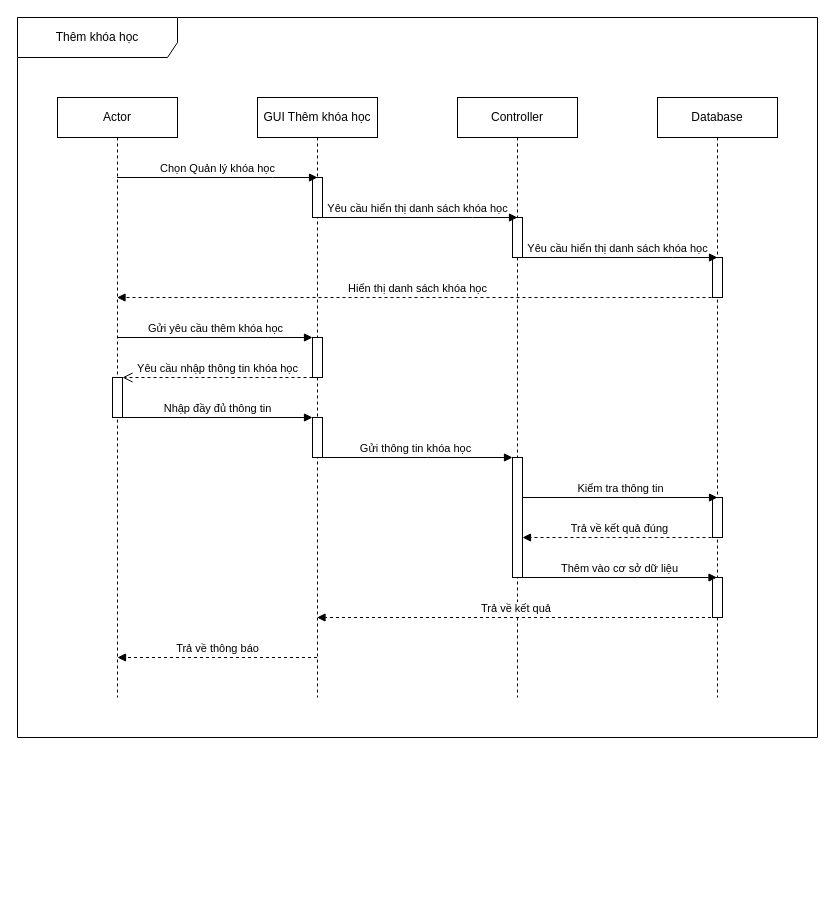
Before: page "Trang-3" (3 of 6) of Biểu đồ không có tiêu đề.drawio in dctuyen/myFinalYearProject, a draw.io diagram. Source tidied: cells renumbered, new cells numbered last; positions are measured from the earlier drawing's top-left corner, leaving out a move shared by most shapes. Both pictures are drawn from the tidied source at 100%, with x=0, y=0 at pixel (17, 17).
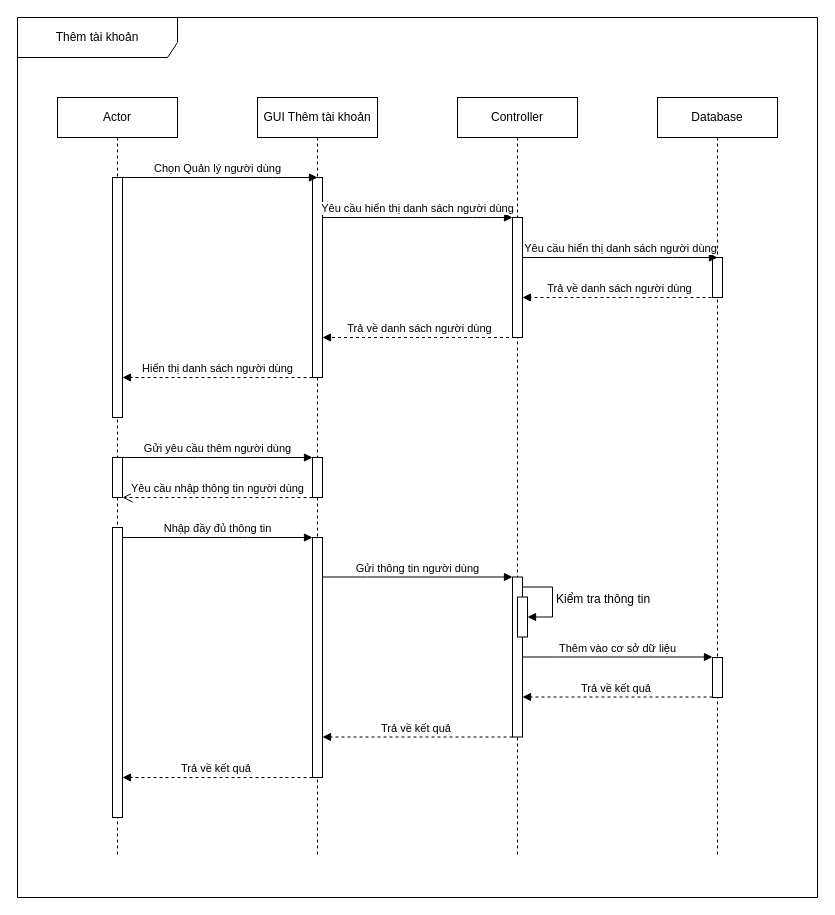
After the change.

What changed in the source:
```diff
@@
     <mxCell id="2" value="Actor" style="shape=umlLifeline;perimeter=lifelinePerimeter;whiteSpace=wrap;html=1;outlineConnect=0;portConstraint=eastwest;newEdgeStyle={&quot;edgeStyle&quot;:&quot;elbowEdgeStyle&quot;,&quot;elbow&quot;:&quot;vertical&quot;,&quot;curved&quot;:0,&quot;rounded&quot;:0};" parent="1" vertex="1">
-      <mxGeometry x="40" y="80" width="120" height="600" as="geometry" />
+      <mxGeometry x="40" y="80" width="120" height="760" as="geometry" />
     </mxCell>
-    <mxCell id="3" value="Thêm khóa học" style="shape=umlFrame;whiteSpace=wrap;html=1;width=160;height=40;" parent="1" vertex="1">
-      <mxGeometry width="800" height="720" as="geometry" />
+    <mxCell id="3" value="Thêm tài khoản" style="shape=umlFrame;whiteSpace=wrap;html=1;width=160;height=40;" parent="1" vertex="1">
+      <mxGeometry width="800" height="880" as="geometry" />
     </mxCell>
-    <mxCell id="4" value="GUI Thêm khóa học" style="shape=umlLifeline;perimeter=lifelinePerimeter;whiteSpace=wrap;html=1;outlineConnect=0;portConstraint=eastwest;newEdgeStyle={&quot;edgeStyle&quot;:&quot;elbowEdgeStyle&quot;,&quot;elbow&quot;:&quot;vertical&quot;,&quot;curved&quot;:0,&quot;rounded&quot;:0};" parent="1" vertex="1">
-      <mxGeometry x="240" y="80" width="120" height="600" as="geometry" />
+    <mxCell id="4" value="GUI Thêm tài khoản" style="shape=umlLifeline;perimeter=lifelinePerimeter;whiteSpace=wrap;html=1;outlineConnect=0;portConstraint=eastwest;newEdgeStyle={&quot;edgeStyle&quot;:&quot;elbowEdgeStyle&quot;,&quot;elbow&quot;:&quot;vertical&quot;,&quot;curved&quot;:0,&quot;rounded&quot;:0};" parent="1" vertex="1">
+      <mxGeometry x="240" y="80" width="120" height="760" as="geometry" />
     </mxCell>
     <mxCell id="5" style="html=1;points=[];perimeter=orthogonalPerimeter;outlineConnect=0;targetShapes=umlLifeline;portConstraint=eastwest;newEdgeStyle={&quot;edgeStyle&quot;:&quot;elbowEdgeStyle&quot;,&quot;elbow&quot;:&quot;vertical&quot;,&quot;curved&quot;:0,&quot;rounded&quot;:0};" parent="4" vertex="1">
-      <mxGeometry x="55" y="240" width="10" height="40" as="geometry" />
+      <mxGeometry x="55" y="360" width="10" height="40" as="geometry" />
     </mxCell>
     <mxCell id="6" style="html=1;points=[];perimeter=orthogonalPerimeter;outlineConnect=0;targetShapes=umlLifeline;portConstraint=eastwest;newEdgeStyle={&quot;edgeStyle&quot;:&quot;elbowEdgeStyle&quot;,&quot;elbow&quot;:&quot;vertical&quot;,&quot;curved&quot;:0,&quot;rounded&quot;:0};" parent="4" vertex="1">
-      <mxGeometry x="55" y="320" width="10" height="40" as="geometry" />
+      <mxGeometry x="55" y="440" width="10" height="240" as="geometry" />
     </mxCell>
     <mxCell id="7" style="html=1;points=[];perimeter=orthogonalPerimeter;outlineConnect=0;targetShapes=umlLifeline;portConstraint=eastwest;newEdgeStyle={&quot;edgeStyle&quot;:&quot;elbowEdgeStyle&quot;,&quot;elbow&quot;:&quot;vertical&quot;,&quot;curved&quot;:0,&quot;rounded&quot;:0};" parent="4" vertex="1">
-      <mxGeometry x="55" y="80" width="10" height="40" as="geometry" />
+      <mxGeometry x="55" y="80" width="10" height="200" as="geometry" />
     </mxCell>
     <mxCell id="8" value="Controller" style="shape=umlLifeline;perimeter=lifelinePerimeter;whiteSpace=wrap;html=1;newEdgeStyle={&quot;edgeStyle&quot;:&quot;elbowEdgeStyle&quot;,&quot;elbow&quot;:&quot;vertical&quot;,&quot;curved&quot;:0,&quot;rounded&quot;:0};" parent="1" vertex="1">
-      <mxGeometry x="440" y="80" width="120" height="600" as="geometry" />
+      <mxGeometry x="440" y="80" width="120" height="760" as="geometry" />
     </mxCell>
-    <mxCell id="9" style="html=1;points=[];perimeter=orthogonalPerimeter;outlineConnect=0;targetShapes=umlLifeline;portConstraint=eastwest;newEdgeStyle={&quot;edgeStyle&quot;:&quot;elbowEdgeStyle&quot;,&quot;elbow&quot;:&quot;vertical&quot;,&quot;curved&quot;:0,&quot;rounded&quot;:0};" parent="8" vertex="1">
-      <mxGeometry x="55" y="360" width="10" height="120" as="geometry" />
-    </mxCell>
     <mxCell id="10" style="html=1;points=[];perimeter=orthogonalPerimeter;outlineConnect=0;targetShapes=umlLifeline;portConstraint=eastwest;newEdgeStyle={&quot;edgeStyle&quot;:&quot;elbowEdgeStyle&quot;,&quot;elbow&quot;:&quot;vertical&quot;,&quot;curved&quot;:0,&quot;rounded&quot;:0};" parent="8" vertex="1">
-      <mxGeometry x="55" y="120" width="10" height="40" as="geometry" />
+      <mxGeometry x="55" y="120" width="10" height="120" as="geometry" />
     </mxCell>
+    <mxCell id="29" style="html=1;points=[];perimeter=orthogonalPerimeter;outlineConnect=0;targetShapes=umlLifeline;portConstraint=eastwest;newEdgeStyle={&quot;edgeStyle&quot;:&quot;elbowEdgeStyle&quot;,&quot;elbow&quot;:&quot;vertical&quot;,&quot;curved&quot;:0,&quot;rounded&quot;:0};" parent="8" vertex="1">
+      <mxGeometry x="55" y="479.5" width="10" height="160" as="geometry" />
+    </mxCell>
+    <mxCell id="30" style="html=1;points=[];perimeter=orthogonalPerimeter;outlineConnect=0;targetShapes=umlLifeline;portConstraint=eastwest;newEdgeStyle={&quot;edgeStyle&quot;:&quot;elbowEdgeStyle&quot;,&quot;elbow&quot;:&quot;vertical&quot;,&quot;curved&quot;:0,&quot;rounded&quot;:0};fontSize=12;" parent="8" vertex="1">
+      <mxGeometry x="60" y="499.5" width="10" height="40" as="geometry" />
+    </mxCell>
+    <mxCell id="14" value="&lt;font style=&quot;font-size: 12px;&quot;&gt;Kiểm tra thông tin&lt;/font&gt;" style="html=1;align=left;spacingLeft=2;endArrow=block;rounded=0;edgeStyle=orthogonalEdgeStyle;curved=0;rounded=0;fontSize=12;" parent="8" edge="1" source="29" target="30">
+      <mxGeometry x="-0.01" relative="1" as="geometry">
+        <Array as="points">
+          <mxPoint x="95" y="489.5" />
+          <mxPoint x="95" y="519.5" />
+        </Array>
+      </mxGeometry>
+    </mxCell>
     <mxCell id="11" value="Database" style="shape=umlLifeline;perimeter=lifelinePerimeter;whiteSpace=wrap;html=1;outlineConnect=0;portConstraint=eastwest;newEdgeStyle={&quot;edgeStyle&quot;:&quot;elbowEdgeStyle&quot;,&quot;elbow&quot;:&quot;vertical&quot;,&quot;curved&quot;:0,&quot;rounded&quot;:0};" parent="1" vertex="1">
-      <mxGeometry x="640" y="80" width="120" height="600" as="geometry" />
+      <mxGeometry x="640" y="80" width="120" height="760" as="geometry" />
     </mxCell>
-    <mxCell id="12" style="html=1;perimeter=orthogonalPerimeter;targetShapes=umlLifeline;newEdgeStyle={&quot;edgeStyle&quot;:&quot;elbowEdgeStyle&quot;,&quot;elbow&quot;:&quot;vertical&quot;,&quot;curved&quot;:0,&quot;rounded&quot;:0};" parent="11" vertex="1">
-      <mxGeometry x="55" y="400" width="10" height="40" as="geometry" />
-    </mxCell>
     <mxCell id="13" style="html=1;perimeter=orthogonalPerimeter;targetShapes=umlLifeline;newEdgeStyle={&quot;edgeStyle&quot;:&quot;elbowEdgeStyle&quot;,&quot;elbow&quot;:&quot;vertical&quot;,&quot;curved&quot;:0,&quot;rounded&quot;:0};" parent="11" vertex="1">
-      <mxGeometry x="55" y="480" width="10" height="40" as="geometry" />
+      <mxGeometry x="55" y="560" width="10" height="40" as="geometry" />
     </mxCell>
-    <mxCell id="14" value="Kiểm tra thông tin" style="html=1;verticalAlign=bottom;endArrow=block;edgeStyle=elbowEdgeStyle;elbow=vertical;curved=0;rounded=0;" parent="11" edge="1">
-      <mxGeometry relative="1" as="geometry">
-        <mxPoint x="-135" y="400" as="sourcePoint" />
-        <mxPoint x="60" y="400" as="targetPoint" />
-        <Array as="points">
-          <mxPoint x="-20" y="400" />
-          <mxPoint x="-70" y="400" />
-          <mxPoint x="-100" y="360" />
-          <mxPoint x="-30" y="440" />
-          <mxPoint x="10" y="480" />
-        </Array>
-      </mxGeometry>
-    </mxCell>
@@
-    <mxCell id="16" value="Gửi yêu cầu thêm khóa học" style="html=1;verticalAlign=bottom;endArrow=block;edgeStyle=elbowEdgeStyle;elbow=vertical;curved=0;rounded=0;" parent="1" edge="1" source="2" target="5">
+    <mxCell id="16" value="Gửi yêu cầu thêm&amp;nbsp;người dùng" style="html=1;verticalAlign=bottom;endArrow=block;edgeStyle=elbowEdgeStyle;elbow=vertical;curved=0;rounded=0;" parent="1" edge="1" source="36" target="5">
       <mxGeometry relative="1" as="geometry">
         <Array as="points">
-          <mxPoint x="250" y="320" />
+          <mxPoint x="180" y="440" />
+          <mxPoint x="241" y="400" />
         </Array>
       </mxGeometry>
     </mxCell>
-    <mxCell id="17" value="Yêu cầu nhập thông tin khóa học" style="html=1;verticalAlign=bottom;endArrow=open;dashed=1;endSize=8;edgeStyle=elbowEdgeStyle;elbow=vertical;curved=0;rounded=0;" parent="1" edge="1" source="5" target="18">
+    <mxCell id="17" value="Yêu cầu nhập thông tin&amp;nbsp;người dùng" style="html=1;verticalAlign=bottom;endArrow=open;dashed=1;endSize=8;edgeStyle=elbowEdgeStyle;elbow=vertical;curved=0;rounded=0;" parent="1" edge="1" source="5" target="36">
       <mxGeometry relative="1" as="geometry">
         <Array as="points">
-          <mxPoint x="190" y="360" />
-          <mxPoint x="260" y="400" />
+          <mxPoint x="200" y="480" />
+          <mxPoint x="255" y="440" />
         </Array>
       </mxGeometry>
     </mxCell>
     <mxCell id="18" style="html=1;points=[];perimeter=orthogonalPerimeter;outlineConnect=0;targetShapes=umlLifeline;portConstraint=eastwest;newEdgeStyle={&quot;edgeStyle&quot;:&quot;elbowEdgeStyle&quot;,&quot;elbow&quot;:&quot;vertical&quot;,&quot;curved&quot;:0,&quot;rounded&quot;:0};" parent="1" vertex="1">
-      <mxGeometry x="95" y="360" width="10" height="40" as="geometry" />
+      <mxGeometry x="95" y="510" width="10" height="290" as="geometry" />
     </mxCell>
     <mxCell id="19" value="Nhập đầy đủ thông tin" style="html=1;verticalAlign=bottom;endArrow=block;edgeStyle=elbowEdgeStyle;elbow=vertical;curved=0;rounded=0;" parent="1" edge="1" source="18" target="6">
       <mxGeometry relative="1" as="geometry">
         <Array as="points">
-          <mxPoint x="170" y="400" />
-          <mxPoint x="210" y="440" />
-          <mxPoint x="250" y="480" />
+          <mxPoint x="230" y="520" />
+          <mxPoint x="170" y="480" />
+          <mxPoint x="170" y="440" />
+          <mxPoint x="210" y="480" />
+          <mxPoint x="250" y="520" />
         </Array>
       </mxGeometry>
     </mxCell>
-    <mxCell id="20" value="Trả về kết quả&amp;nbsp;" style="html=1;verticalAlign=bottom;endArrow=block;edgeStyle=elbowEdgeStyle;elbow=vertical;curved=0;rounded=0;dashed=1;" parent="1" edge="1" source="11" target="4">
+    <mxCell id="20" value="Trả về kết quả&amp;nbsp;" style="html=1;verticalAlign=bottom;endArrow=block;edgeStyle=elbowEdgeStyle;elbow=vertical;curved=0;rounded=0;dashed=1;" parent="1" edge="1" target="29">
       <mxGeometry relative="1" as="geometry">
+        <mxPoint x="695" y="679.5" as="sourcePoint" />
         <Array as="points">
-          <mxPoint x="590" y="600" />
-          <mxPoint x="640" y="690" />
-          <mxPoint x="630" y="600" />
-          <mxPoint x="580" y="640" />
-          <mxPoint x="480" y="640" />
-          <mxPoint x="650" y="680" />
-          <mxPoint x="660" y="570" />
+          <mxPoint x="550" y="679.5" />
+          <mxPoint x="600" y="719.5" />
+          <mxPoint x="550" y="699.5" />
+          <mxPoint x="590" y="659.5" />
+          <mxPoint x="640" y="749.5" />
+          <mxPoint x="630" y="659.5" />
+          <mxPoint x="580" y="699.5" />
+          <mxPoint x="480" y="699.5" />
+          <mxPoint x="650" y="739.5" />
+          <mxPoint x="660" y="629.5" />
         </Array>
       </mxGeometry>
     </mxCell>
-    <mxCell id="21" value="Trả về thông báo" style="html=1;verticalAlign=bottom;endArrow=block;edgeStyle=elbowEdgeStyle;elbow=vertical;curved=0;rounded=0;dashed=1;" parent="1" edge="1" source="4">
-      <mxGeometry relative="1" as="geometry">
-        <mxPoint x="100" y="640" as="targetPoint" />
-        <Array as="points">
-          <mxPoint x="180" y="640" />
-          <mxPoint x="380" y="680" />
-          <mxPoint x="280" y="680" />
-          <mxPoint x="450" y="720" />
-          <mxPoint x="460" y="610" />
-        </Array>
-      </mxGeometry>
-    </mxCell>
-    <mxCell id="22" value="Gửi thông tin khóa học" style="html=1;verticalAlign=bottom;endArrow=block;edgeStyle=elbowEdgeStyle;elbow=vertical;curved=0;rounded=0;" parent="1" edge="1" source="4" target="9">
+    <mxCell id="22" value="Gửi thông tin&amp;nbsp;người dùng" style="html=1;verticalAlign=bottom;endArrow=block;edgeStyle=elbowEdgeStyle;elbow=vertical;curved=0;rounded=0;" parent="1" edge="1">
       <mxGeometry relative="1" as="geometry">
+        <mxPoint x="305" y="559.5" as="sourcePoint" />
+        <mxPoint x="495" y="559.5" as="targetPoint" />
         <Array as="points">
-          <mxPoint x="410" y="440" />
-          <mxPoint x="450" y="520" />
+          <mxPoint x="350" y="559.5" />
+          <mxPoint x="405" y="519.5" />
+          <mxPoint x="445" y="599.5" />
         </Array>
       </mxGeometry>
     </mxCell>
-    <mxCell id="23" value="Thêm vào cơ sở dữ liệu" style="html=1;verticalAlign=bottom;endArrow=block;edgeStyle=elbowEdgeStyle;elbow=vertical;curved=0;rounded=0;" parent="1" edge="1">
+    <mxCell id="23" value="Thêm vào cơ sở dữ liệu" style="html=1;verticalAlign=bottom;endArrow=block;edgeStyle=elbowEdgeStyle;elbow=vertical;curved=0;rounded=0;" parent="1" edge="1" source="29">
       <mxGeometry relative="1" as="geometry">
-        <mxPoint x="505" y="560" as="sourcePoint" />
-        <mxPoint x="699.5" y="560" as="targetPoint" />
+        <mxPoint x="695" y="639.5" as="targetPoint" />
         <Array as="points">
-          <mxPoint x="620" y="560" />
-          <mxPoint x="570" y="560" />
-          <mxPoint x="540" y="520" />
-          <mxPoint x="610" y="600" />
-          <mxPoint x="650" y="640" />
+          <mxPoint x="540" y="639.5" />
+          <mxPoint x="545" y="679.5" />
+          <mxPoint x="575" y="659.5" />
+          <mxPoint x="620" y="699.5" />
+          <mxPoint x="570" y="699.5" />
+          <mxPoint x="540" y="659.5" />
+          <mxPoint x="610" y="739.5" />
+          <mxPoint x="650" y="779.5" />
         </Array>
       </mxGeometry>
     </mxCell>
-    <mxCell id="24" value="Trả về kết quả đúng" style="html=1;verticalAlign=bottom;endArrow=block;edgeStyle=elbowEdgeStyle;elbow=vertical;curved=0;rounded=0;dashed=1;" parent="1" edge="1">
-      <mxGeometry relative="1" as="geometry">
-        <mxPoint x="700" y="520" as="sourcePoint" />
-        <mxPoint x="505" y="520" as="targetPoint" />
-        <Array as="points">
-          <mxPoint x="590" y="520" />
-          <mxPoint x="640" y="610" />
-          <mxPoint x="630" y="520" />
-          <mxPoint x="580" y="560" />
-          <mxPoint x="480" y="560" />
-          <mxPoint x="650" y="600" />
-          <mxPoint x="660" y="490" />
-        </Array>
-      </mxGeometry>
-    </mxCell>
-    <mxCell id="25" value="Chọn Quản lý khóa học" style="html=1;verticalAlign=bottom;endArrow=block;edgeStyle=elbowEdgeStyle;elbow=vertical;curved=0;rounded=0;" parent="1" edge="1" source="2">
+    <mxCell id="25" value="Chọn Quản lý người dùng" style="html=1;verticalAlign=bottom;endArrow=block;edgeStyle=elbowEdgeStyle;elbow=vertical;curved=0;rounded=0;" parent="1" edge="1" source="2">
       <mxGeometry relative="1" as="geometry">
         <mxPoint x="300" y="160" as="targetPoint" />
         <Array as="points">
           <mxPoint x="255" y="160" />
         </Array>
       </mxGeometry>
     </mxCell>
-    <mxCell id="26" value="Yêu cầu hiển thị danh sách khóa học" style="html=1;verticalAlign=bottom;endArrow=block;edgeStyle=elbowEdgeStyle;elbow=vertical;curved=0;rounded=0;" parent="1" edge="1">
+    <mxCell id="26" value="Yêu cầu hiển thị danh sách người dùng" style="html=1;verticalAlign=bottom;endArrow=block;edgeStyle=elbowEdgeStyle;elbow=vertical;curved=0;rounded=0;" parent="1" edge="1" source="7" target="10">
       <mxGeometry relative="1" as="geometry">
-        <mxPoint x="300" y="200" as="sourcePoint" />
-        <mxPoint x="500" y="200" as="targetPoint" />
         <Array as="points">
           <mxPoint x="455" y="200" />
         </Array>
       </mxGeometry>
     </mxCell>
-    <mxCell id="27" value="Yêu cầu hiển thị danh sách khóa học" style="html=1;verticalAlign=bottom;endArrow=block;edgeStyle=elbowEdgeStyle;elbow=vertical;curved=0;rounded=0;" parent="1" edge="1">
+    <mxCell id="27" value="Yêu cầu hiển thị danh sách&amp;nbsp;người dùng" style="html=1;verticalAlign=bottom;endArrow=block;edgeStyle=elbowEdgeStyle;elbow=vertical;curved=0;rounded=0;" parent="1" edge="1" source="10">
       <mxGeometry relative="1" as="geometry">
-        <mxPoint x="500" y="240" as="sourcePoint" />
         <mxPoint x="700" y="240" as="targetPoint" />
         <Array as="points">
           <mxPoint x="655" y="240" />
         </Array>
       </mxGeometry>
     </mxCell>
-    <mxCell id="28" value="Hiển thị danh sách khóa học" style="html=1;verticalAlign=bottom;endArrow=block;edgeStyle=elbowEdgeStyle;elbow=vertical;curved=0;rounded=0;dashed=1;" parent="1" edge="1" target="2">
+    <mxCell id="28" value="Hiển thị danh sách&amp;nbsp;người dùng" style="html=1;verticalAlign=bottom;endArrow=block;elbow=vertical;rounded=0;dashed=1;" parent="1" edge="1">
       <mxGeometry relative="1" as="geometry">
-        <mxPoint x="700" y="280" as="sourcePoint" />
-        <Array as="points">
-          <mxPoint x="590" y="280" />
-          <mxPoint x="640" y="370" />
-          <mxPoint x="630" y="280" />
-          <mxPoint x="580" y="320" />
-          <mxPoint x="480" y="320" />
-          <mxPoint x="650" y="360" />
-          <mxPoint x="660" y="250" />
-        </Array>
+        <mxPoint x="295" y="360" as="sourcePoint" />
+        <mxPoint x="105" y="360" as="targetPoint" />
       </mxGeometry>
     </mxCell>
+    <mxCell id="31" style="html=1;perimeter=orthogonalPerimeter;targetShapes=umlLifeline;newEdgeStyle={&quot;edgeStyle&quot;:&quot;elbowEdgeStyle&quot;,&quot;elbow&quot;:&quot;vertical&quot;,&quot;curved&quot;:0,&quot;rounded&quot;:0};" parent="1" vertex="1">
+      <mxGeometry x="95" y="160" width="10" height="240" as="geometry" />
+    </mxCell>
+    <mxCell id="32" value="Trả về danh sách&amp;nbsp;người dùng" style="html=1;verticalAlign=bottom;endArrow=block;elbow=vertical;rounded=0;dashed=1;" parent="1" edge="1" target="10">
+      <mxGeometry relative="1" as="geometry">
+        <mxPoint x="700" y="280" as="sourcePoint" />
+      </mxGeometry>
+    </mxCell>
+    <mxCell id="33" value="Trả về danh sách&amp;nbsp;người dùng" style="html=1;verticalAlign=bottom;endArrow=block;elbow=vertical;rounded=0;dashed=1;" parent="1" edge="1" target="7">
+      <mxGeometry relative="1" as="geometry">
+        <mxPoint x="497.5" y="320" as="sourcePoint" />
+      </mxGeometry>
+    </mxCell>
+    <mxCell id="34" value="Trả về kết quả&amp;nbsp;" style="html=1;verticalAlign=bottom;endArrow=block;edgeStyle=elbowEdgeStyle;elbow=vertical;curved=0;rounded=0;dashed=1;" parent="1" edge="1" source="29">
+      <mxGeometry relative="1" as="geometry">
+        <mxPoint x="305" y="719.5" as="targetPoint" />
+        <Array as="points">
+          <mxPoint x="360" y="719.5" />
+          <mxPoint x="400" y="759.5" />
+          <mxPoint x="350" y="739.5" />
+          <mxPoint x="390" y="699.5" />
+          <mxPoint x="440" y="789.5" />
+          <mxPoint x="430" y="699.5" />
+          <mxPoint x="380" y="739.5" />
+          <mxPoint x="280" y="739.5" />
+          <mxPoint x="450" y="779.5" />
+          <mxPoint x="460" y="669.5" />
+        </Array>
+      </mxGeometry>
+    </mxCell>
+    <mxCell id="35" value="Trả về kết quả&amp;nbsp;" style="html=1;verticalAlign=bottom;endArrow=block;edgeStyle=elbowEdgeStyle;elbow=vertical;curved=0;rounded=0;dashed=1;" parent="1" edge="1" source="6" target="18">
+      <mxGeometry relative="1" as="geometry">
+        <Array as="points">
+          <mxPoint x="270" y="760" />
+          <mxPoint x="230" y="720" />
+          <mxPoint x="200" y="760" />
+          <mxPoint x="150" y="740" />
+          <mxPoint x="190" y="700" />
+          <mxPoint x="240" y="790" />
+          <mxPoint x="230" y="700" />
+          <mxPoint x="180" y="740" />
+          <mxPoint x="80" y="740" />
+          <mxPoint x="250" y="780" />
+          <mxPoint x="260" y="670" />
+        </Array>
+      </mxGeometry>
+    </mxCell>
+    <mxCell id="36" style="html=1;points=[];perimeter=orthogonalPerimeter;outlineConnect=0;targetShapes=umlLifeline;portConstraint=eastwest;newEdgeStyle={&quot;edgeStyle&quot;:&quot;elbowEdgeStyle&quot;,&quot;elbow&quot;:&quot;vertical&quot;,&quot;curved&quot;:0,&quot;rounded&quot;:0};" parent="1" vertex="1">
+      <mxGeometry x="95" y="440" width="10" height="40" as="geometry" />
+    </mxCell>
```
